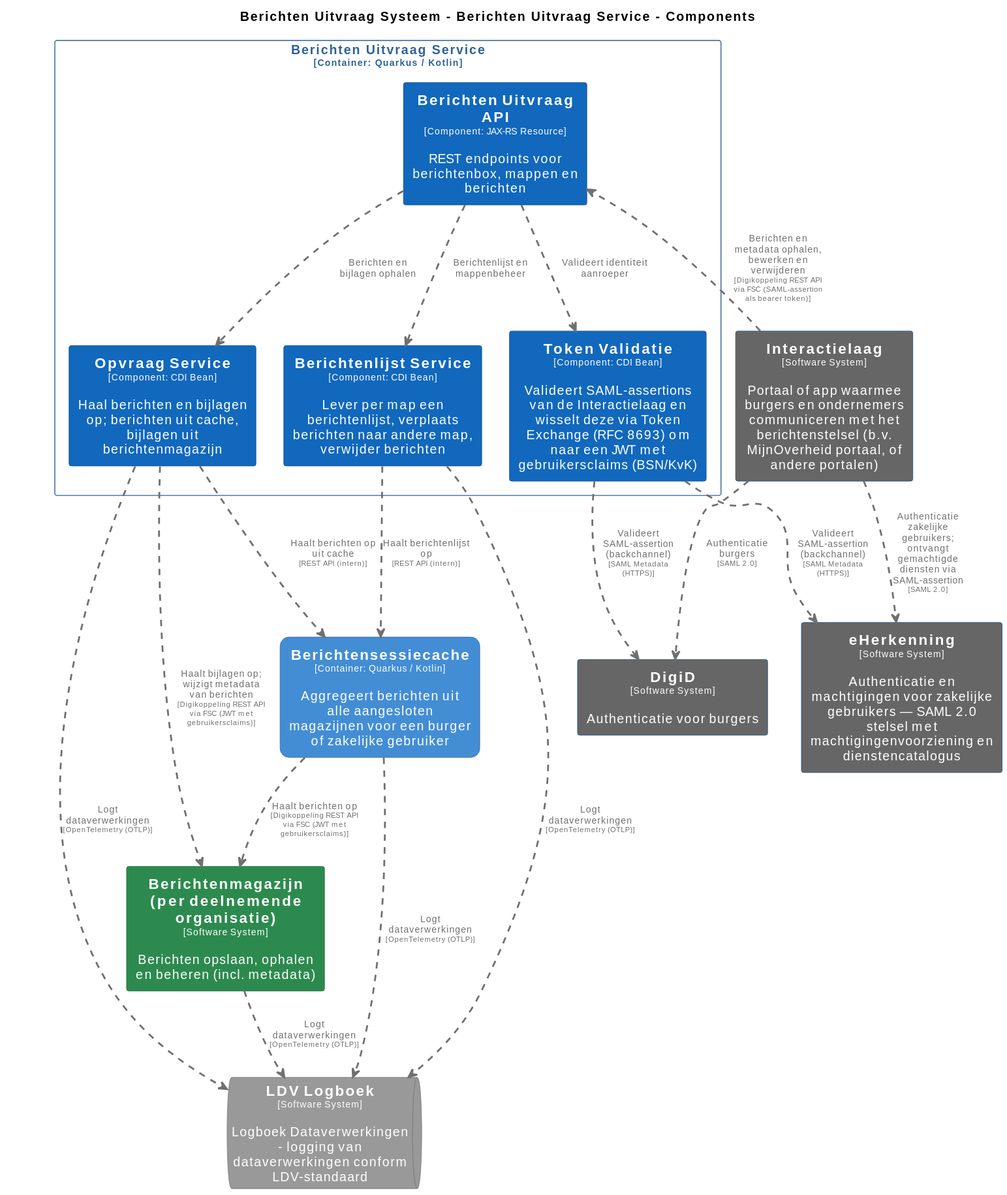
This is pr-preview/pr-22/master/svg/BerichtenUitvraagServiceComponenten.svg from MinBZK/moza-poc-fbs-berichtenbox, a PlantUML export, as it was before one commit. Its source is kept beside it as pr-preview/pr-22/master/puml/BerichtenUitvraagServiceComponenten.puml.
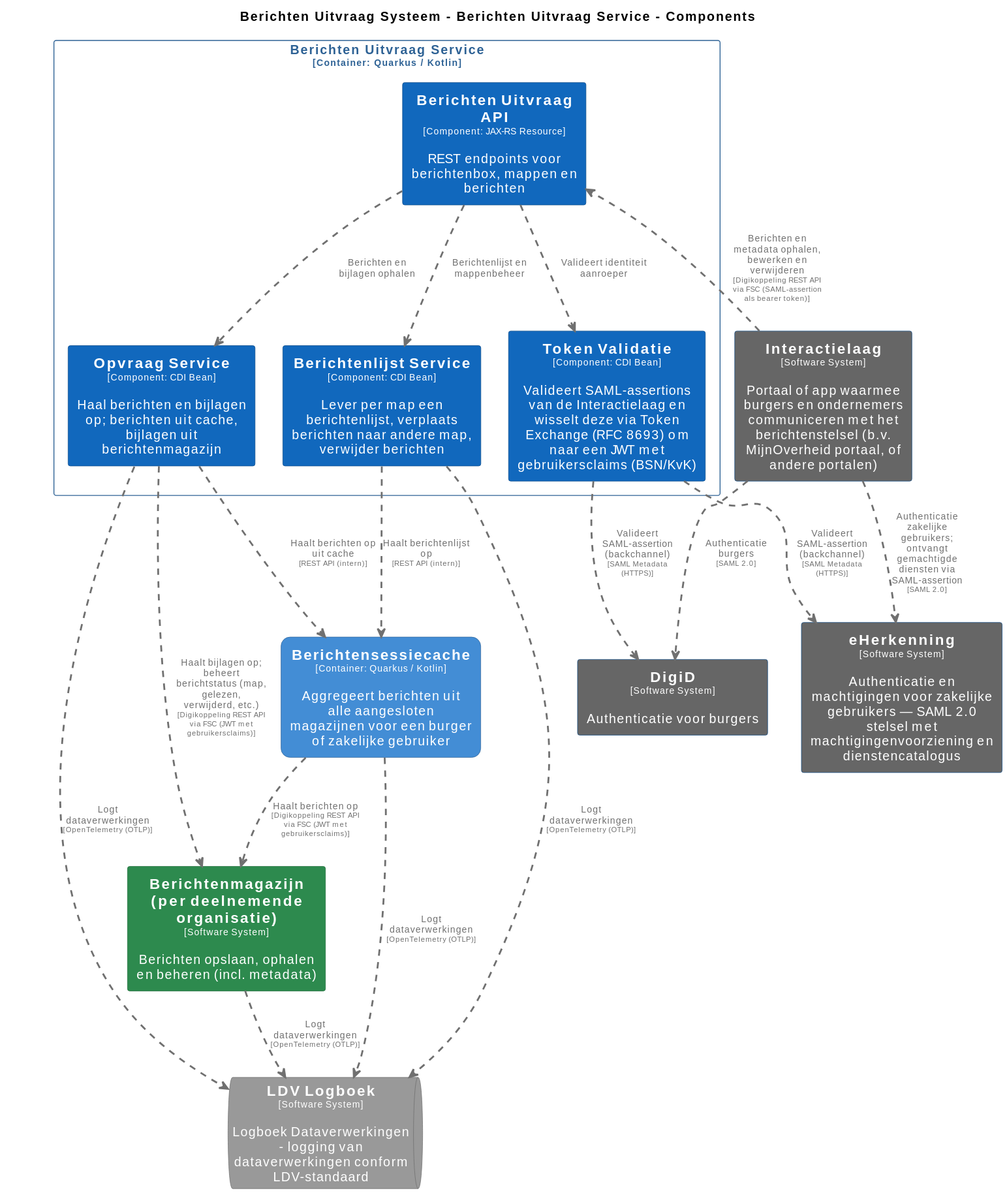
After the commit.

The edit, as a diff of the source:
```diff
@@ -111,5 +111,5 @@
 Interactielaag .[#707070,thickness=2].> eHerkenning : "<color:#707070>Authenticatie zakelijke gebruikers; ontvangt gemachtigde diensten via SAML-assertion\n<color:#707070><size:8>[SAML 2.0]</size>"
 BerichtenUitvraagSysteem.BerichtenUitvraagService.TokenValidatie .[#707070,thickness=2].> eHerkenning : "<color:#707070>Valideert SAML-assertion (backchannel)\n<color:#707070><size:8>[SAML Metadata (HTTPS)]</size>"
 BerichtenUitvraagSysteem.BerichtenUitvraagService.TokenValidatie .[#707070,thickness=2].> DigiD : "<color:#707070>Valideert SAML-assertion (backchannel)\n<color:#707070><size:8>[SAML Metadata (HTTPS)]</size>"
-BerichtenUitvraagSysteem.BerichtenUitvraagService.OpvraagService .[#707070,thickness=2].> Berichtenmagazijnperdeelnemendeorganisatie : "<color:#707070>Haalt bijlagen op; wijzigt metadata van berichten\n<color:#707070><size:8>[Digikoppeling REST API via FSC (JWT met gebruikersclaims)]</size>"
+BerichtenUitvraagSysteem.BerichtenUitvraagService.OpvraagService .[#707070,thickness=2].> Berichtenmagazijnperdeelnemendeorganisatie : "<color:#707070>Haalt bijlagen op; beheert berichtstatus (map, gelezen, verwijderd, etc.)\n<color:#707070><size:8>[Digikoppeling REST API via FSC (JWT met gebruikersclaims)]</size>"
 @enduml
```
